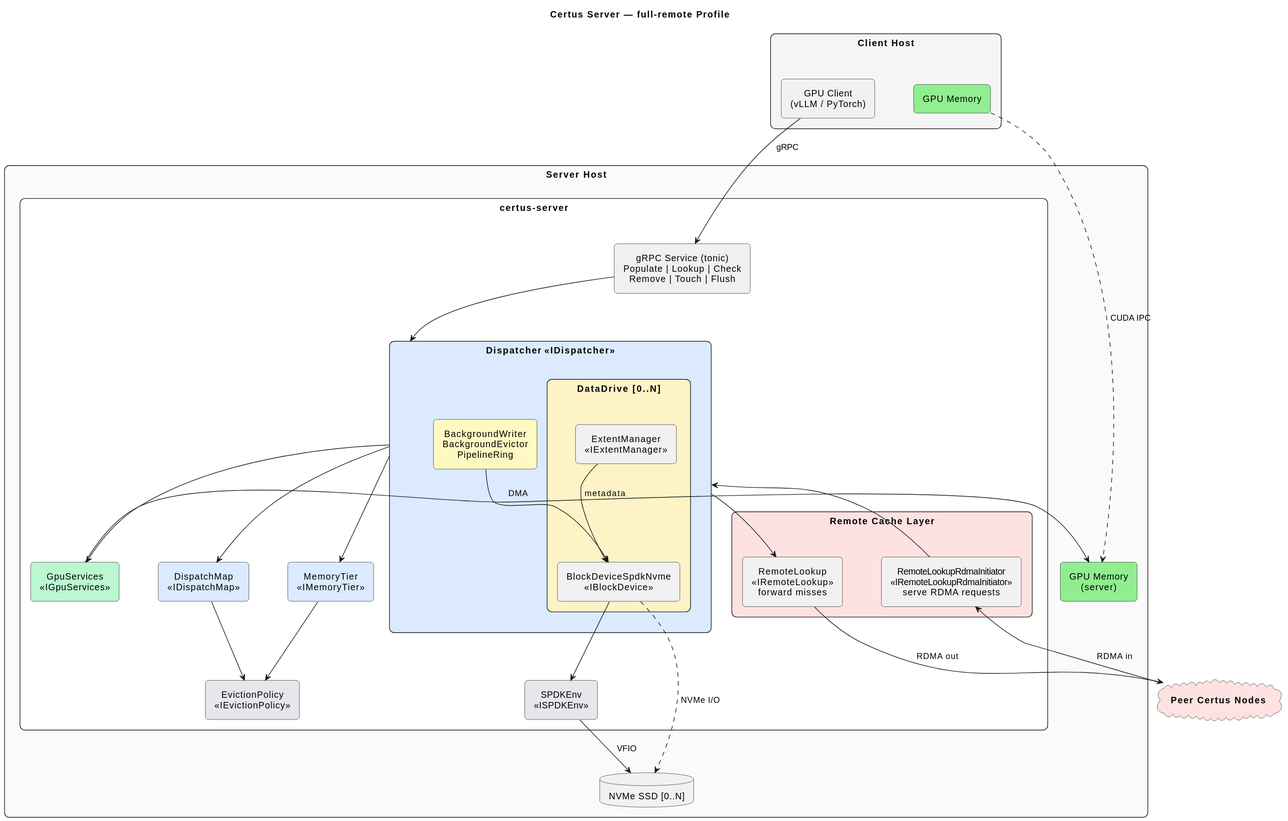
Before: design/profiles/full-remote/certus-server-deployment.svg, a diagram exported from PlantUML (AI-native-Systems-Research/ai-native-storage-certus). Its diagram source:
```plantuml
@startuml
skinparam defaultTextAlignment center
skinparam padding 4
skinparam nodesep 60
skinparam ranksep 50
skinparam rectangle {
    RoundCorner 15
}
skinparam agent {
    RoundCorner 10
}
hide stereotype

title Certus Server — full-remote Profile

rectangle "**Client Host**" as client_box #F5F5F5 {
    agent "GPU Client\n(vLLM / PyTorch)" as pyclient
    agent "GPU Memory" as client_gpu #LightGreen
}

rectangle "**Server Host**" as server_box #FAFAFA {

    rectangle "certus-server" as server_proc #White {

        agent "gRPC Service (tonic)\nPopulate | Lookup | Check\nRemove | Touch | Flush" as grpc #F0F0F0

        rectangle "**Dispatcher** <<IDispatcher>>" as dispatcher #DBEAFE {
            rectangle "DataDrive [0..N]" as data_drive #FEF3C7 {
                agent "BlockDeviceSpdkNvme\n<<IBlockDevice>>" as blkdev
                agent "ExtentManager\n<<IExtentManager>>" as extmgr
            }
            agent "BackgroundWriter\nBackgroundEvictor\nPipelineRing" as disp_bg #FEF9C3
        }

        agent "DispatchMap\n<<IDispatchMap>>" as dispatch_map #DBEAFE
        agent "MemoryTier\n<<IMemoryTier>>" as memory_tier #DBEAFE
        agent "EvictionPolicy\n<<IEvictionPolicy>>" as eviction #E5E7EB
        agent "GpuServices\n<<IGpuServices>>" as gpu_svc #BBF7D0
        agent "SPDKEnv\n<<ISPDKEnv>>" as spdk_env #E5E7EB

        rectangle "**Remote Cache Layer**" as remote_box #FEE2E2 {
            agent "RemoteLookup\n<<IRemoteLookup>>\nforward misses" as remote_lookup
            agent "RemoteRequestHandler\n<<IRemoteRequestHandler>>\nserve RDMA requests" as remote_handler
        }
    }

    agent "GPU Memory\n(server)" as server_gpu #LightGreen
    database "NVMe SSD [0..N]" as nvme_data
}

cloud "**Peer Certus Nodes**" as peers #FEE2E2


pyclient -down-> grpc : gRPC
client_gpu .down.> server_gpu : CUDA IPC

grpc -down-> dispatcher

dispatcher -down-> dispatch_map
dispatcher -down-> memory_tier
dispatcher -down-> gpu_svc
dispatcher -right-> remote_lookup

dispatch_map -down-> eviction
memory_tier -down-> eviction

disp_bg --> blkdev
blkdev -down-> spdk_env
extmgr --> blkdev : metadata

remote_handler -up-> dispatcher

gpu_svc -right-> server_gpu : DMA

spdk_env -down-> nvme_data : VFIO
blkdev .down.> nvme_data : NVMe I/O

remote_lookup -down-> peers : RDMA out
peers -up-> remote_handler : RDMA in
@enduml
```
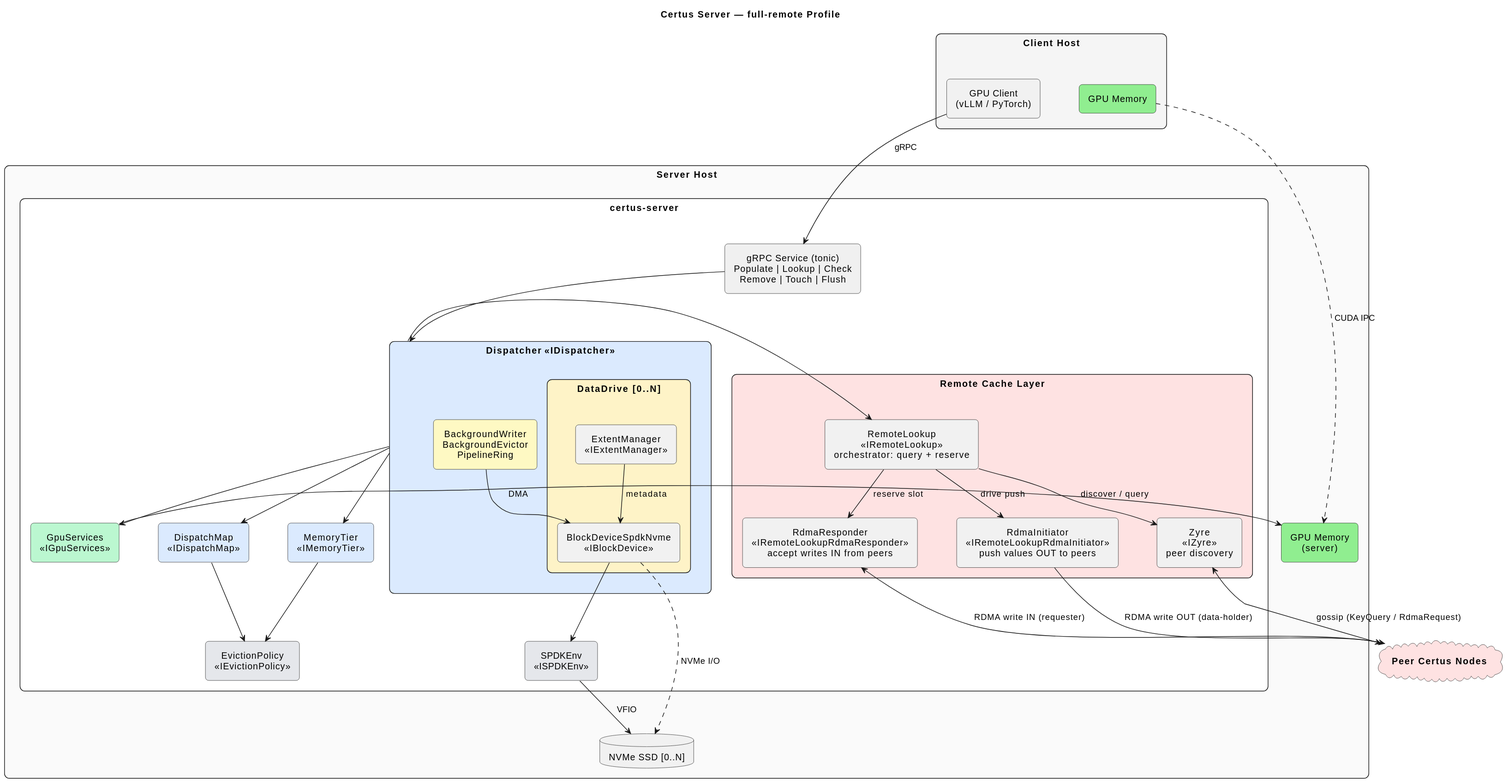
After the change.

Change to the diagram source:
```diff
@@ -39,8 +39,10 @@
         agent "SPDKEnv\n<<ISPDKEnv>>" as spdk_env #E5E7EB
 
         rectangle "**Remote Cache Layer**" as remote_box #FEE2E2 {
-            agent "RemoteLookup\n<<IRemoteLookup>>\nforward misses" as remote_lookup
-            agent "RemoteRequestHandler\n<<IRemoteRequestHandler>>\nserve RDMA requests" as remote_handler
+            agent "RemoteLookup\n<<IRemoteLookup>>\norchestrator: query + reserve" as remote_lookup
+            agent "RdmaInitiator\n<<IRemoteLookupRdmaInitiator>>\npush values OUT to peers" as remote_initiator
+            agent "RdmaResponder\n<<IRemoteLookupRdmaResponder>>\naccept writes IN from peers" as remote_responder
+            agent "Zyre\n<<IZyre>>\npeer discovery" as remote_zyre
         }
     }
 
@@ -68,13 +70,16 @@
 blkdev -down-> spdk_env
 extmgr --> blkdev : metadata
 
-remote_handler -up-> dispatcher
+remote_lookup -down-> remote_initiator : drive push
+remote_lookup -down-> remote_responder : reserve slot
+remote_lookup -down-> remote_zyre : discover / query
 
 gpu_svc -right-> server_gpu : DMA
 
 spdk_env -down-> nvme_data : VFIO
 blkdev .down.> nvme_data : NVMe I/O
 
-remote_lookup -down-> peers : RDMA out
-peers -up-> remote_handler : RDMA in
+remote_zyre <-down-> peers : gossip (KeyQuery / RdmaRequest)
+remote_initiator -down-> peers : RDMA write OUT (data-holder)
+peers -up-> remote_responder : RDMA write IN (requester)
 @enduml
```
